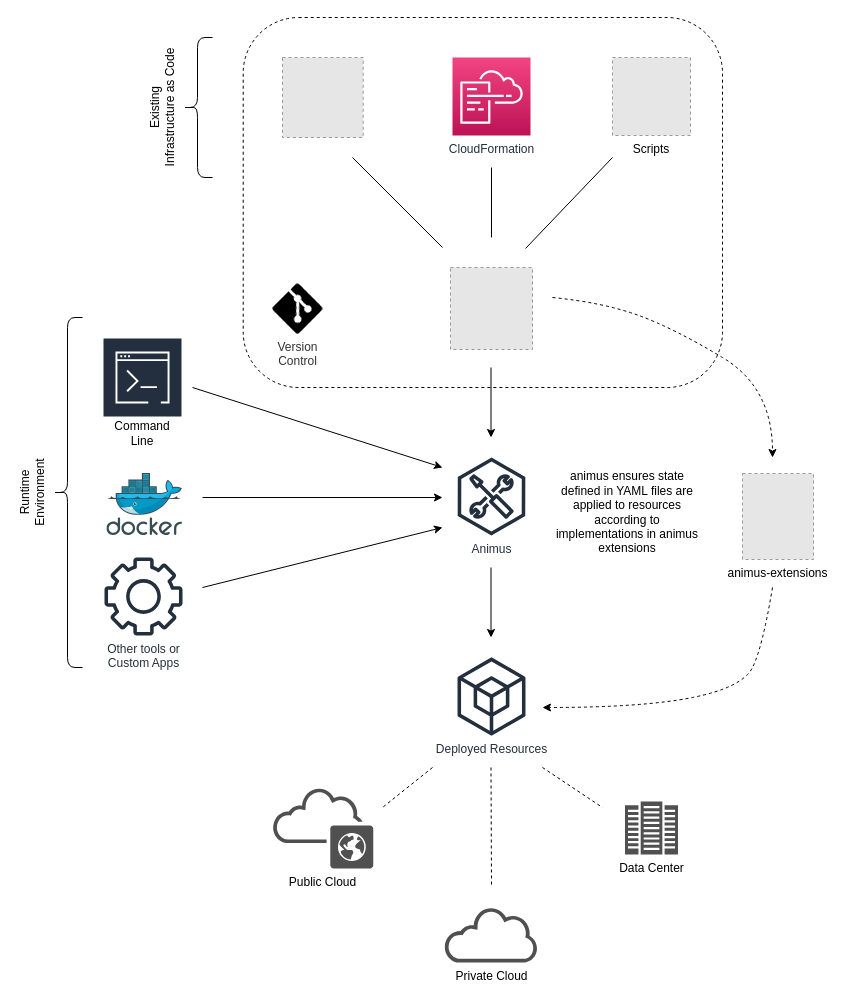
This is page "What is Animus" (1 of 2) of doc/animus.drawio from nicc777/py-animus, a draw.io file, before an edit. Source tidied: cells renumbered, new cells numbered last; positions are measured from the earlier drawing's top-left corner, leaving out a move shared by most shapes. Both pictures are drawn from the tidied source at 100%, with x=0, y=0 at pixel (2, 17). Pictures stored in the file or linked from it are replaced by grey dashed boxes.
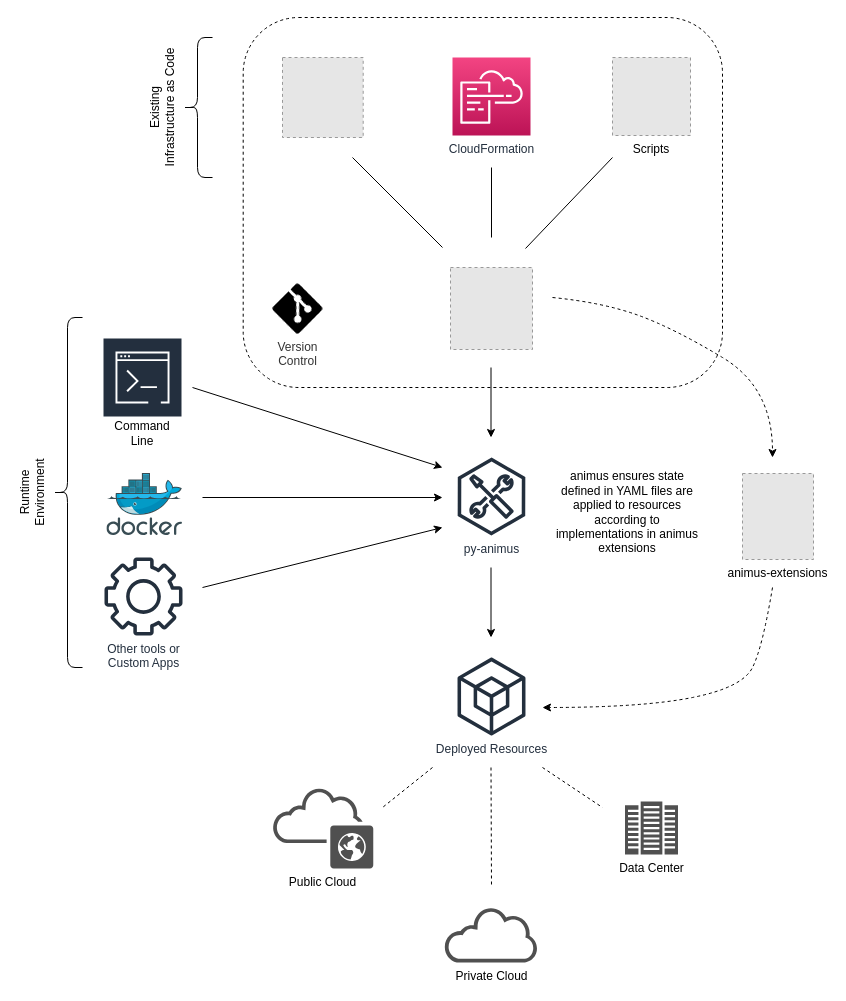
The same page after the edit.

Change to the diagram source:
```diff
@@
-    <mxCell id="3" value="Animus" style="sketch=0;fontColor=#232F3E;gradientColor=none;fillColor=#232F3D;strokeColor=none;dashed=0;verticalLabelPosition=bottom;verticalAlign=top;align=center;html=1;fontSize=12;fontStyle=0;shape=mxgraph.aws4.external_toolkit;" parent="1" vertex="1">
+    <mxCell id="3" value="py-animus" style="sketch=0;fontColor=#232F3E;gradientColor=none;fillColor=#232F3D;strokeColor=none;dashed=0;verticalLabelPosition=bottom;verticalAlign=top;align=center;html=1;fontSize=12;fontStyle=0;shape=mxgraph.aws4.external_toolkit;" parent="1" vertex="1">
       <mxGeometry x="455" y="440" width="68" height="78" as="geometry" />
     </mxCell>
```
